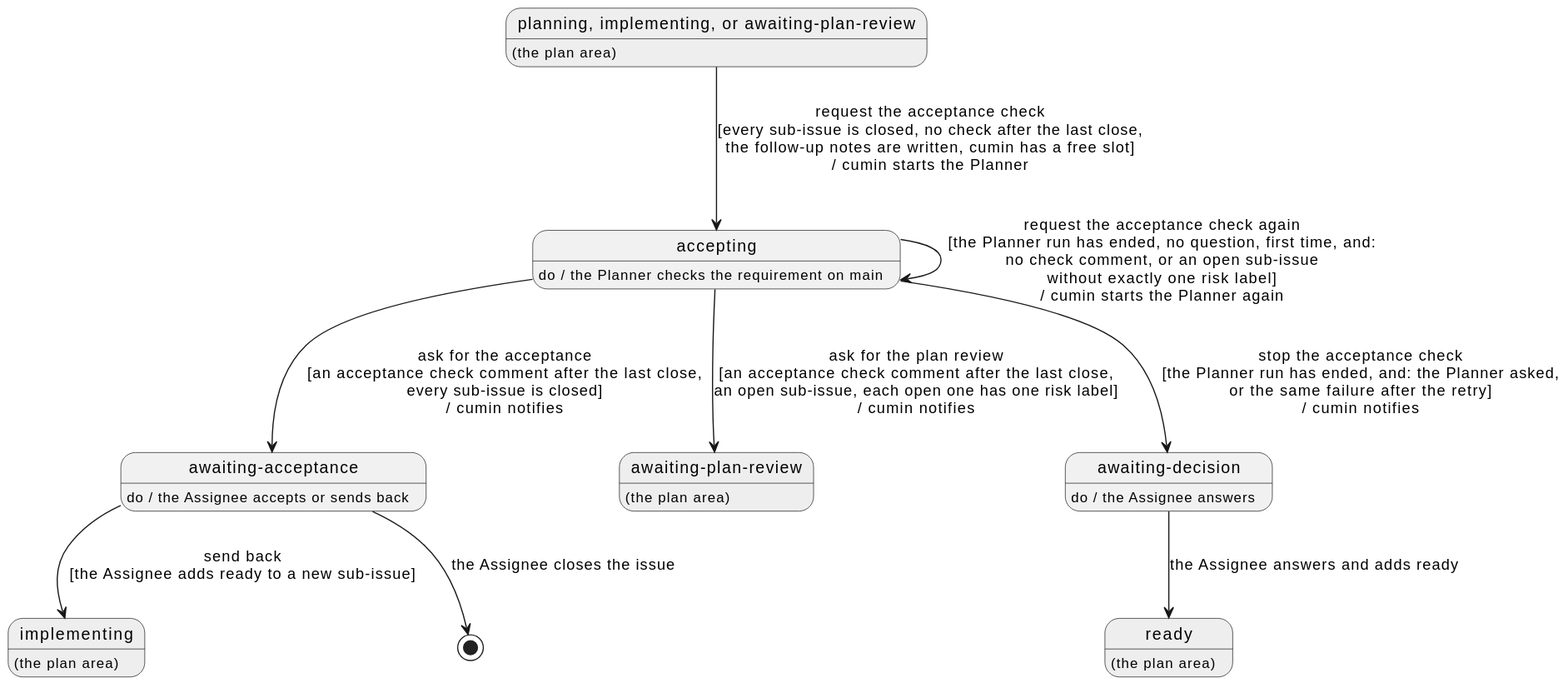
Above: docs/ja/requirements/accept/overview.svg in cloveclovedev/cumin-works (PlantUML), before the change.
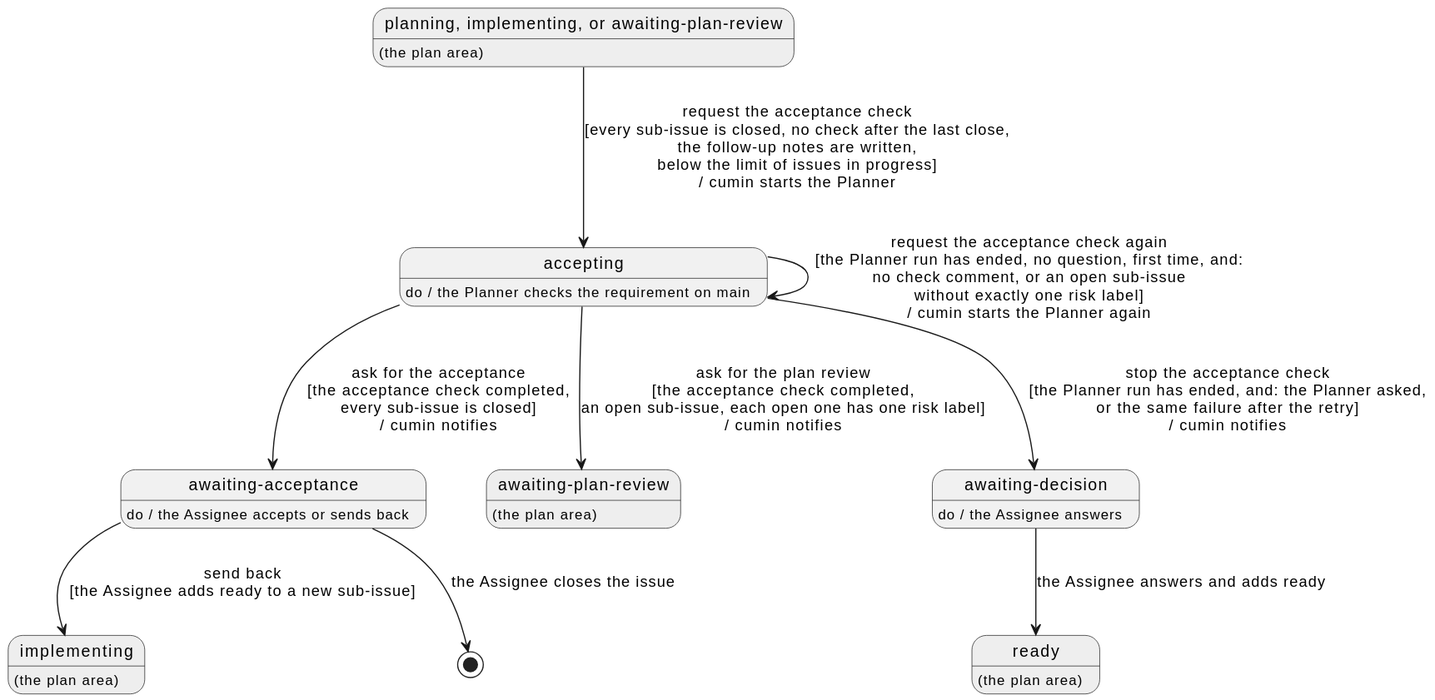
Above is the later version.

Commit message:
docs(requirements): include the ended run in the completion of the acceptance check

The edit, as a diff of the source:
```diff
@@ -23,9 +23,9 @@
 state "ready" as Ready #EEEEEE
 Ready : (the plan area)
 
-Before --> Accepting : request the acceptance check\n[every sub-issue is closed, no check after the last close,\nthe follow-up notes are written, cumin has a free slot]\n/ cumin starts the Planner
-Accepting --> AwaitingAcceptance : ask for the acceptance\n[an acceptance check comment after the last close,\nevery sub-issue is closed]\n/ cumin notifies
-Accepting --> PlanReview : ask for the plan review\n[an acceptance check comment after the last close,\nan open sub-issue, each open one has one risk label]\n/ cumin notifies
+Before --> Accepting : request the acceptance check\n[every sub-issue is closed, no check after the last close,\nthe follow-up notes are written,\nbelow the limit of issues in progress]\n/ cumin starts the Planner
+Accepting --> AwaitingAcceptance : ask for the acceptance\n[the acceptance check completed,\nevery sub-issue is closed]\n/ cumin notifies
+Accepting --> PlanReview : ask for the plan review\n[the acceptance check completed,\nan open sub-issue, each open one has one risk label]\n/ cumin notifies
 Accepting --> Accepting : request the acceptance check again\n[the Planner run has ended, no question, first time, and:\nno check comment, or an open sub-issue\nwithout exactly one risk label]\n/ cumin starts the Planner again
 Accepting --> Decision : stop the acceptance check\n[the Planner run has ended, and: the Planner asked,\nor the same failure after the retry]\n/ cumin notifies
 AwaitingAcceptance --> [*] : the Assignee closes the issue
```
